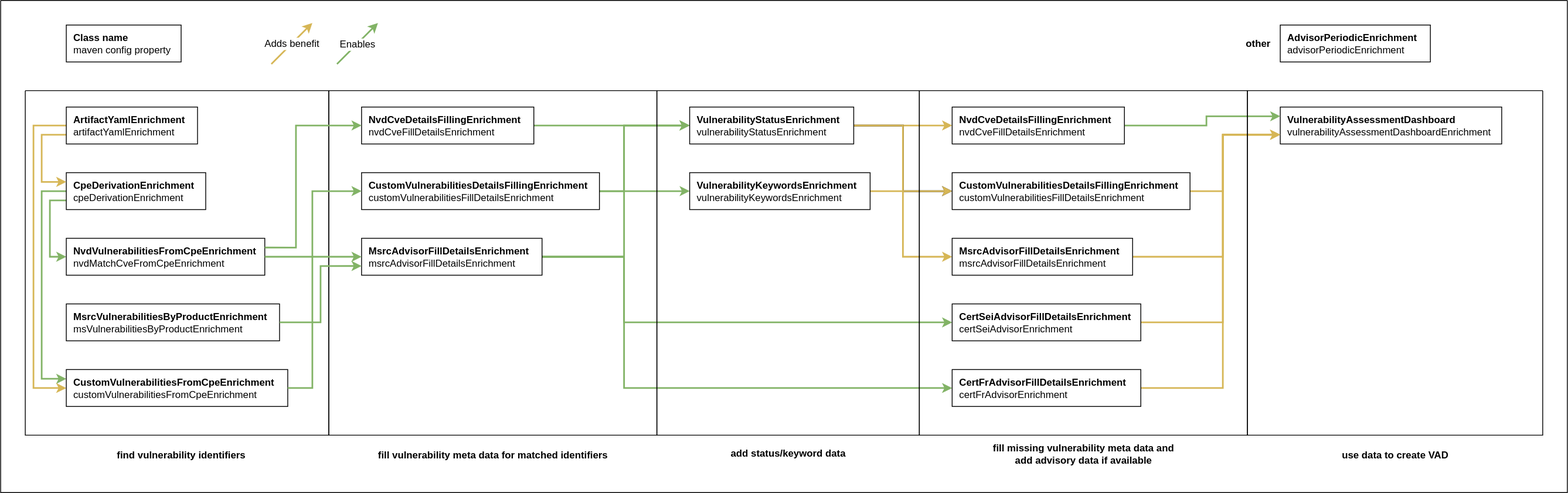
Above: doc/inventory-enrichment/enrichment/inventory-enrichment-steps-order.svg in org-metaeffekt/metaeffekt-documentation-template (draw.io), before the change. Source tidied: cells renumbered, new cells last; positions are measured from the earlier drawing's top-left corner, leaving out a move shared by most shapes.
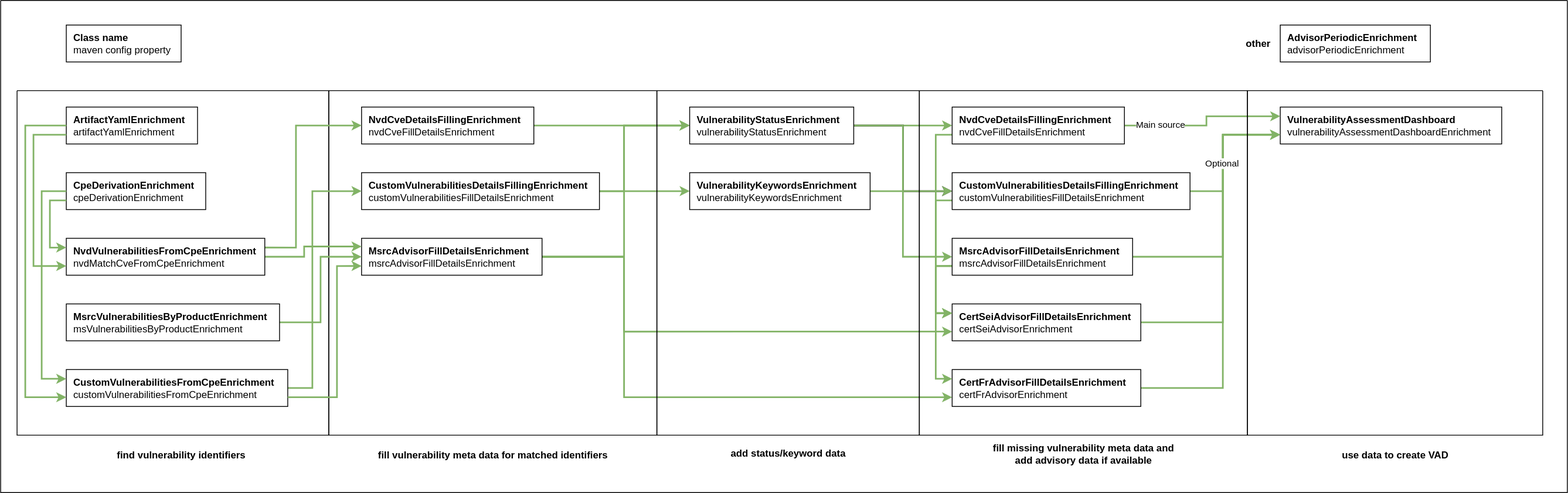
After the change.

Commit message:
AEAA-276: Continue writing documentation (Started writing step description, added JSON Schema)

What changed in the source:
```diff
@@ -21,26 +21,26 @@
         </Array>
       </mxGeometry>
     </mxCell>
-    <mxCell id="5" style="edgeStyle=orthogonalEdgeStyle;rounded=0;jettySize=auto;html=1;entryX=0;entryY=0.5;entryDx=0;entryDy=0;labelBackgroundColor=none;strokeWidth=2;fillColor=#d5e8d4;strokeColor=#82b366;" parent="1" edge="1" source="7" target="11">
+    <mxCell id="5" style="edgeStyle=orthogonalEdgeStyle;rounded=0;jettySize=auto;html=1;entryX=0;entryY=0.75;entryDx=0;entryDy=0;labelBackgroundColor=none;strokeWidth=2;fillColor=#d5e8d4;strokeColor=#82b366;" parent="1" edge="1" source="7" target="11">
       <mxGeometry relative="1" as="geometry">
         <Array as="points">
           <mxPoint x="760" y="313" />
-          <mxPoint x="760" y="393" />
+          <mxPoint x="760" y="404" />
         </Array>
       </mxGeometry>
     </mxCell>
-    <mxCell id="6" style="edgeStyle=orthogonalEdgeStyle;rounded=0;jettySize=auto;html=1;entryX=0;entryY=0.5;entryDx=0;entryDy=0;labelBackgroundColor=none;strokeWidth=2;fillColor=#d5e8d4;strokeColor=#82b366;" parent="1" edge="1" source="7" target="9">
+    <mxCell id="6" style="edgeStyle=orthogonalEdgeStyle;rounded=0;jettySize=auto;html=1;entryX=0;entryY=0.75;entryDx=0;entryDy=0;labelBackgroundColor=none;strokeWidth=2;fillColor=#d5e8d4;strokeColor=#82b366;" parent="1" edge="1" source="7" target="9">
       <mxGeometry relative="1" as="geometry">
         <Array as="points">
           <mxPoint x="760" y="313" />
-          <mxPoint x="760" y="473" />
+          <mxPoint x="760" y="484" />
         </Array>
       </mxGeometry>
     </mxCell>
     <mxCell id="7" value="&lt;b&gt;MsrcAdvisorFillDetailsEnrichment&lt;/b&gt;&lt;br&gt;msrcAdvisorFillDetailsEnrichment" style="rounded=0;whiteSpace=wrap;html=1;align=left;spacingLeft=7;" parent="1" vertex="1">
       <mxGeometry x="440" y="290" width="220" height="45" as="geometry" />
     </mxCell>
-    <mxCell id="8" style="edgeStyle=orthogonalEdgeStyle;rounded=0;jettySize=auto;html=1;entryX=0;entryY=0.75;entryDx=0;entryDy=0;labelBackgroundColor=none;strokeWidth=2;fillColor=#fff2cc;strokeColor=#d6b656;" parent="1" edge="1" source="9" target="23">
+    <mxCell id="8" style="edgeStyle=orthogonalEdgeStyle;rounded=0;jettySize=auto;html=1;entryX=0;entryY=0.75;entryDx=0;entryDy=0;labelBackgroundColor=none;strokeWidth=2;fillColor=#d5e8d4;strokeColor=#82b366;" parent="1" edge="1" source="9" target="23">
       <mxGeometry relative="1" as="geometry">
         <Array as="points">
           <mxPoint x="1490" y="473" />
@@ -51,7 +51,7 @@
     <mxCell id="9" value="&lt;b&gt;CertFrAdvisorFillDetailsEnrichment&lt;/b&gt;&lt;br&gt;certFrAdvisorEnrichment" style="rounded=0;whiteSpace=wrap;html=1;align=left;spacingLeft=7;" parent="1" vertex="1">
       <mxGeometry x="1160" y="450" width="230" height="45" as="geometry" />
     </mxCell>
-    <mxCell id="10" style="edgeStyle=orthogonalEdgeStyle;rounded=0;jettySize=auto;html=1;entryX=0;entryY=0.75;entryDx=0;entryDy=0;labelBackgroundColor=none;strokeWidth=2;fillColor=#fff2cc;strokeColor=#d6b656;" parent="1" edge="1" source="11" target="23">
+    <mxCell id="10" style="edgeStyle=orthogonalEdgeStyle;rounded=0;jettySize=auto;html=1;entryX=0;entryY=0.75;entryDx=0;entryDy=0;labelBackgroundColor=none;strokeWidth=2;fillColor=#d5e8d4;strokeColor=#82b366;" parent="1" edge="1" source="11" target="23">
       <mxGeometry relative="1" as="geometry">
         <Array as="points">
           <mxPoint x="1490" y="393" />
@@ -82,19 +82,19 @@
     <mxCell id="16" value="&lt;b&gt;CustomVulnerabilitiesDetailsFillingEnrichment&lt;/b&gt;&lt;br&gt;customVulnerabilitiesFillDetailsEnrichment" style="rounded=0;whiteSpace=wrap;html=1;align=left;spacingLeft=7;" parent="1" vertex="1">
       <mxGeometry x="440" y="210" width="290" height="45" as="geometry" />
     </mxCell>
-    <mxCell id="17" style="edgeStyle=orthogonalEdgeStyle;rounded=0;jettySize=auto;html=1;entryX=0;entryY=0.5;entryDx=0;entryDy=0;labelBackgroundColor=none;strokeWidth=2;fillColor=#fff2cc;strokeColor=#d6b656;" parent="1" edge="1" source="20" target="25">
+    <mxCell id="17" style="edgeStyle=orthogonalEdgeStyle;rounded=0;jettySize=auto;html=1;entryX=0;entryY=0.5;entryDx=0;entryDy=0;labelBackgroundColor=none;strokeWidth=2;fillColor=#d5e8d4;strokeColor=#82b366;" parent="1" edge="1" source="20" target="25">
       <mxGeometry relative="1" as="geometry" />
     </mxCell>
     <mxCell id="18" style="edgeStyle=orthogonalEdgeStyle;rounded=0;jettySize=auto;html=1;entryX=0;entryY=0.5;entryDx=0;entryDy=0;labelBackgroundColor=none;strokeWidth=2;" parent="1" edge="1" source="20" target="29">
       <mxGeometry relative="1" as="geometry" />
     </mxCell>
-    <mxCell id="19" style="edgeStyle=orthogonalEdgeStyle;rounded=0;jettySize=auto;html=1;entryX=0;entryY=0.5;entryDx=0;entryDy=0;labelBackgroundColor=none;strokeWidth=2;fillColor=#fff2cc;strokeColor=#d6b656;" parent="1" edge="1" source="20" target="27">
+    <mxCell id="19" style="edgeStyle=orthogonalEdgeStyle;rounded=0;jettySize=auto;html=1;entryX=0;entryY=0.5;entryDx=0;entryDy=0;labelBackgroundColor=none;strokeWidth=2;fillColor=#d5e8d4;strokeColor=#82b366;" parent="1" edge="1" source="20" target="27">
       <mxGeometry relative="1" as="geometry" />
     </mxCell>
     <mxCell id="20" value="&lt;b&gt;VulnerabilityStatusEnrichment&lt;/b&gt;&lt;br&gt;vulnerabilityStatusEnrichment" style="rounded=0;whiteSpace=wrap;html=1;align=left;spacingLeft=7;" parent="1" vertex="1">
       <mxGeometry x="840" y="130" width="200" height="45" as="geometry" />
     </mxCell>
-    <mxCell id="21" style="edgeStyle=orthogonalEdgeStyle;rounded=0;jettySize=auto;html=1;entryX=0;entryY=0.5;entryDx=0;entryDy=0;labelBackgroundColor=none;strokeWidth=2;fillColor=#fff2cc;strokeColor=#d6b656;" parent="1" edge="1" source="22" target="29">
+    <mxCell id="21" style="edgeStyle=orthogonalEdgeStyle;rounded=0;jettySize=auto;html=1;entryX=0;entryY=0.5;entryDx=0;entryDy=0;labelBackgroundColor=none;strokeWidth=2;fillColor=#d5e8d4;strokeColor=#82b366;" parent="1" edge="1" source="22" target="29">
       <mxGeometry relative="1" as="geometry" />
     </mxCell>
     <mxCell id="22" value="&lt;b&gt;VulnerabilityKeywordsEnrichment&lt;/b&gt;&lt;br&gt;vulnerabilityKeywordsEnrichment" style="rounded=0;whiteSpace=wrap;html=1;align=left;spacingLeft=7;" parent="1" vertex="1">
@@ -111,10 +111,23 @@
         </Array>
       </mxGeometry>
     </mxCell>
+    <mxCell id="59" value="Main source" style="edgeLabel;html=1;align=center;verticalAlign=middle;" parent="24" vertex="1">
+      <mxGeometry x="-0.57" y="2" relative="1" as="geometry">
+        <mxPoint y="1" as="offset" />
+      </mxGeometry>
+    </mxCell>
+    <mxCell id="60" style="edgeStyle=orthogonalEdgeStyle;rounded=0;jettySize=auto;html=1;exitX=0;exitY=0.75;exitDx=0;exitDy=0;entryX=0;entryY=0.25;entryDx=0;entryDy=0;labelBackgroundColor=none;strokeColor=#82b366;strokeWidth=2;fillColor=#d5e8d4;" parent="1" edge="1" source="25" target="11">
+      <mxGeometry relative="1" as="geometry">
+        <Array as="points">
+          <mxPoint x="1140" y="164" />
+          <mxPoint x="1140" y="381" />
+        </Array>
+      </mxGeometry>
+    </mxCell>
     <mxCell id="25" value="&lt;b&gt;NvdCveDetailsFillingEnrichment&lt;/b&gt;&lt;br&gt;nvdCveFillDetailsEnrichment" style="rounded=0;whiteSpace=wrap;html=1;align=left;spacingLeft=7;" parent="1" vertex="1">
       <mxGeometry x="1160" y="130" width="210" height="45" as="geometry" />
     </mxCell>
-    <mxCell id="26" style="edgeStyle=orthogonalEdgeStyle;rounded=0;jettySize=auto;html=1;entryX=0;entryY=0.75;entryDx=0;entryDy=0;labelBackgroundColor=none;strokeWidth=2;fillColor=#fff2cc;strokeColor=#d6b656;" parent="1" edge="1" source="27" target="23">
+    <mxCell id="26" style="edgeStyle=orthogonalEdgeStyle;rounded=0;jettySize=auto;html=1;entryX=0;entryY=0.75;entryDx=0;entryDy=0;labelBackgroundColor=none;strokeWidth=2;fillColor=#d5e8d4;strokeColor=#82b366;" parent="1" edge="1" source="27" target="23">
       <mxGeometry relative="1" as="geometry">
         <Array as="points">
           <mxPoint x="1490" y="313" />
@@ -122,10 +135,21 @@
         </Array>
       </mxGeometry>
     </mxCell>
+    <mxCell id="61" style="edgeStyle=orthogonalEdgeStyle;rounded=0;jettySize=auto;html=1;exitX=0;exitY=0.75;exitDx=0;exitDy=0;entryX=0;entryY=0.25;entryDx=0;entryDy=0;labelBackgroundColor=none;strokeColor=#82b366;strokeWidth=2;fillColor=#d5e8d4;" parent="1" edge="1" source="27" target="11">
+      <mxGeometry relative="1" as="geometry">
+        <Array as="points">
+          <mxPoint x="1140" y="324" />
+          <mxPoint x="1140" y="381" />
+        </Array>
+      </mxGeometry>
+    </mxCell>
+    <mxCell id="62" style="edgeStyle=orthogonalEdgeStyle;rounded=0;jettySize=auto;html=1;exitX=0;exitY=0.75;exitDx=0;exitDy=0;entryX=0;entryY=0.25;entryDx=0;entryDy=0;labelBackgroundColor=none;strokeColor=#82b366;strokeWidth=2;fillColor=#d5e8d4;" parent="1" edge="1" source="27" target="9">
+      <mxGeometry relative="1" as="geometry" />
+    </mxCell>
     <mxCell id="27" value="&lt;b&gt;MsrcAdvisorFillDetailsEnrichment&lt;/b&gt;&lt;br&gt;msrcAdvisorFillDetailsEnrichment" style="rounded=0;whiteSpace=wrap;html=1;align=left;spacingLeft=7;" parent="1" vertex="1">
       <mxGeometry x="1160" y="290" width="220" height="45" as="geometry" />
     </mxCell>
-    <mxCell id="28" style="edgeStyle=orthogonalEdgeStyle;rounded=0;jettySize=auto;html=1;entryX=0;entryY=0.75;entryDx=0;entryDy=0;labelBackgroundColor=none;strokeWidth=2;fillColor=#fff2cc;strokeColor=#d6b656;" parent="1" edge="1" source="29" target="23">
+    <mxCell id="28" style="edgeStyle=orthogonalEdgeStyle;rounded=0;jettySize=auto;html=1;entryX=0;entryY=0.75;entryDx=0;entryDy=0;labelBackgroundColor=none;strokeWidth=2;fillColor=#d5e8d4;strokeColor=#82b366;" parent="1" edge="1" source="29" target="23">
       <mxGeometry relative="1" as="geometry">
         <Array as="points">
           <mxPoint x="1490" y="233" />
@@ -133,59 +157,25 @@
         </Array>
       </mxGeometry>
     </mxCell>
+    <mxCell id="63" value="Optional" style="edgeLabel;html=1;align=center;verticalAlign=middle;" parent="28" vertex="1">
+      <mxGeometry x="-0.17" y="2" relative="1" as="geometry">
+        <mxPoint y="1" as="offset" />
+      </mxGeometry>
+    </mxCell>
+    <mxCell id="64" style="edgeStyle=orthogonalEdgeStyle;rounded=0;jettySize=auto;html=1;exitX=0;exitY=0.75;exitDx=0;exitDy=0;entryX=0;entryY=0.25;entryDx=0;entryDy=0;labelBackgroundColor=none;strokeColor=#82b366;strokeWidth=2;fillColor=#d5e8d4;" parent="1" edge="1" source="29" target="11">
+      <mxGeometry relative="1" as="geometry">
+        <Array as="points">
+          <mxPoint x="1140" y="244" />
+          <mxPoint x="1140" y="381" />
+        </Array>
+      </mxGeometry>
+    </mxCell>
     <mxCell id="29" value="&lt;b&gt;CustomVulnerabilitiesDetailsFillingEnrichment&lt;/b&gt;&lt;br&gt;customVulnerabilitiesFillDetailsEnrichment" style="rounded=0;whiteSpace=wrap;html=1;align=left;spacingLeft=7;" parent="1" vertex="1">
       <mxGeometry x="1160" y="210" width="290" height="45" as="geometry" />
     </mxCell>
     <mxCell id="30" style="swimlane;startSize=0;" parent="1" vertex="1">
-      <mxGeometry x="30" y="110" width="370" height="420" as="geometry" />
+      <mxGeometry x="20" y="110" width="380" height="420" as="geometry" />
     </mxCell>
-    <mxCell id="31" style="edgeStyle=orthogonalEdgeStyle;rounded=0;jettySize=auto;html=1;exitX=0;exitY=0.75;exitDx=0;exitDy=0;entryX=0;entryY=0.5;entryDx=0;entryDy=0;fillColor=#d5e8d4;strokeColor=#82b366;strokeWidth=2;" parent="30" edge="1" source="33" target="35">
-      <mxGeometry relative="1" as="geometry">
-        <Array as="points">
-          <mxPoint x="30" y="134" />
-          <mxPoint x="30" y="203" />
-        </Array>
-      </mxGeometry>
-    </mxCell>
-    <mxCell id="32" style="edgeStyle=orthogonalEdgeStyle;rounded=0;jettySize=auto;html=1;entryX=0;entryY=0.25;entryDx=0;entryDy=0;labelBackgroundColor=none;strokeWidth=2;fillColor=#d5e8d4;strokeColor=#82b366;" parent="30" edge="1" source="33" target="39">
-      <mxGeometry relative="1" as="geometry">
-        <Array as="points">
-          <mxPoint x="20" y="123" />
-          <mxPoint x="20" y="351" />
-        </Array>
-      </mxGeometry>
-    </mxCell>
-    <mxCell id="33" value="&lt;b&gt;CpeDerivationEnrichment&lt;/b&gt;&lt;br&gt;cpeDerivationEnrichment" style="rounded=0;whiteSpace=wrap;html=1;align=left;spacingLeft=7;" parent="30" vertex="1">
-      <mxGeometry x="50" y="100" width="170" height="45" as="geometry" />
-    </mxCell>
-    <mxCell id="34" value="&lt;b&gt;MsrcVulnerabilitiesByProductEnrichment&lt;/b&gt;&lt;br&gt;msVulnerabilitiesByProductEnrichment" style="rounded=0;whiteSpace=wrap;html=1;align=left;spacingLeft=7;" parent="30" vertex="1">
-      <mxGeometry x="50" y="260" width="260" height="45" as="geometry" />
-    </mxCell>
-    <mxCell id="35" value="&lt;b&gt;NvdVulnerabilitiesFromCpeEnrichment&lt;/b&gt;&lt;br&gt;nvdMatchCveFromCpeEnrichment" style="rounded=0;whiteSpace=wrap;html=1;align=left;spacingLeft=7;" parent="30" vertex="1">
-      <mxGeometry x="50" y="180" width="242" height="45" as="geometry" />
-    </mxCell>
-    <mxCell id="36" style="edgeStyle=orthogonalEdgeStyle;rounded=0;jettySize=auto;html=1;entryX=0;entryY=0.25;entryDx=0;entryDy=0;fillColor=#fff2cc;strokeColor=#d6b656;strokeWidth=2;exitX=0;exitY=0.75;exitDx=0;exitDy=0;" parent="30" edge="1" source="38" target="33">
-      <mxGeometry relative="1" as="geometry">
-        <Array as="points">
-          <mxPoint x="20" y="54" />
-          <mxPoint x="20" y="111" />
-        </Array>
-      </mxGeometry>
-    </mxCell>
-    <mxCell id="37" style="edgeStyle=orthogonalEdgeStyle;rounded=0;jettySize=auto;html=1;exitX=0;exitY=0.5;exitDx=0;exitDy=0;entryX=0;entryY=0.5;entryDx=0;entryDy=0;labelBackgroundColor=none;strokeWidth=2;fillColor=#fff2cc;strokeColor=#d6b656;" parent="30" edge="1" source="38" target="39">
-      <mxGeometry relative="1" as="geometry">
-        <Array as="points">
-          <mxPoint x="10" y="43" />
-          <mxPoint x="10" y="363" />
-        </Array>
-      </mxGeometry>
-    </mxCell>
-    <mxCell id="38" value="&lt;b&gt;ArtifactYamlEnrichment&lt;/b&gt;&lt;br&gt;artifactYamlEnrichment" style="rounded=0;whiteSpace=wrap;html=1;align=left;spacingLeft=7;" parent="30" vertex="1">
-      <mxGeometry x="50" y="20" width="160" height="45" as="geometry" />
-    </mxCell>
-    <mxCell id="39" value="&lt;b&gt;CustomVulnerabilitiesFromCpeEnrichment&lt;/b&gt;&lt;br&gt;customVulnerabilitiesFromCpeEnrichment" style="rounded=0;whiteSpace=wrap;html=1;align=left;spacingLeft=7;" parent="30" vertex="1">
-      <mxGeometry x="50" y="340" width="270" height="45" as="geometry" />
-    </mxCell>
     <mxCell id="40" style="swimlane;startSize=0;" parent="1" vertex="1">
       <mxGeometry x="400" y="110" width="400" height="420" as="geometry" />
     </mxCell>
@@ -213,25 +203,6 @@
     <mxCell id="48" value="use data to create VAD" style="text;html=1;align=center;verticalAlign=middle;strokeColor=none;fillColor=none;fontStyle=1;" parent="1" vertex="1">
       <mxGeometry x="1625" y="540" width="150" height="30" as="geometry" />
     </mxCell>
-    <mxCell id="49" style="endArrow=classic;html=1;rounded=0;strokeWidth=2;fillColor=#fff2cc;strokeColor=#d6b656;" parent="1" edge="1">
-      <mxGeometry relative="1" as="geometry">
-        <mxPoint x="330" y="77.5" as="sourcePoint" />
-        <mxPoint x="380" y="27.5" as="targetPoint" />
-      </mxGeometry>
-    </mxCell>
-    <mxCell id="50" style="endArrow=classic;html=1;rounded=0;strokeWidth=2;fillColor=#d5e8d4;strokeColor=#82b366;" parent="1" edge="1">
-      <mxGeometry x="-0.05" y="5" relative="1" as="geometry">
-        <mxPoint x="410" y="77.5" as="sourcePoint" />
-        <mxPoint x="460" y="27.5" as="targetPoint" />
-        <mxPoint x="-1" as="offset" />
-      </mxGeometry>
-    </mxCell>
-    <mxCell id="51" value="Enables" style="text;html=1;align=center;verticalAlign=middle;strokeColor=none;fillColor=none;labelBackgroundColor=default;" parent="1" vertex="1">
-      <mxGeometry x="400" y="38.5" width="70" height="30" as="geometry" />
-    </mxCell>
-    <mxCell id="52" value="Adds benefit" style="text;html=1;align=center;verticalAlign=middle;strokeColor=none;fillColor=none;labelBackgroundColor=default;" parent="1" vertex="1">
-      <mxGeometry x="310" y="37.5" width="90" height="30" as="geometry" />
-    </mxCell>
     <mxCell id="53" style="edgeStyle=orthogonalEdgeStyle;rounded=0;jettySize=auto;html=1;entryX=0;entryY=0.5;entryDx=0;entryDy=0;strokeWidth=2;labelBackgroundColor=none;fillColor=#d5e8d4;strokeColor=#82b366;" parent="1" edge="1" source="39" target="16">
       <mxGeometry relative="1" as="geometry">
         <Array as="points">
@@ -240,11 +211,21 @@
         </Array>
       </mxGeometry>
     </mxCell>
-    <mxCell id="54" style="edgeStyle=orthogonalEdgeStyle;rounded=0;jettySize=auto;html=1;entryX=0;entryY=0.75;entryDx=0;entryDy=0;strokeWidth=2;fillColor=#d5e8d4;strokeColor=#82b366;" parent="1" edge="1" source="34" target="7">
-      <mxGeometry relative="1" as="geometry" />
+    <mxCell id="54" style="edgeStyle=orthogonalEdgeStyle;rounded=0;jettySize=auto;html=1;entryX=0;entryY=0.5;entryDx=0;entryDy=0;strokeWidth=2;fillColor=#d5e8d4;strokeColor=#82b366;" parent="1" edge="1" source="34" target="7">
+      <mxGeometry relative="1" as="geometry">
+        <Array as="points">
+          <mxPoint x="390" y="393" />
+          <mxPoint x="390" y="313" />
+        </Array>
+      </mxGeometry>
     </mxCell>
     <mxCell id="55" style="edgeStyle=orthogonalEdgeStyle;rounded=0;jettySize=auto;html=1;strokeWidth=2;fillColor=#d5e8d4;strokeColor=#82b366;labelBackgroundColor=none;" parent="1" edge="1" source="35" target="7">
-      <mxGeometry relative="1" as="geometry" />
+      <mxGeometry relative="1" as="geometry">
+        <Array as="points">
+          <mxPoint x="370" y="313" />
+          <mxPoint x="370" y="300" />
+        </Array>
+      </mxGeometry>
     </mxCell>
     <mxCell id="56" style="edgeStyle=orthogonalEdgeStyle;rounded=0;jettySize=auto;html=1;entryX=0;entryY=0.5;entryDx=0;entryDy=0;strokeWidth=2;fillColor=#d5e8d4;strokeColor=#82b366;exitX=1;exitY=0.25;exitDx=0;exitDy=0;labelBackgroundColor=none;" parent="1" edge="1" source="35" target="3">
       <mxGeometry relative="1" as="geometry">
@@ -260,5 +241,55 @@
     <mxCell id="58" value="other" style="text;html=1;align=center;verticalAlign=middle;strokeColor=none;fillColor=none;fontStyle=1;" parent="57" vertex="1">
       <mxGeometry x="1508" y="37.5" width="50" height="30" as="geometry" />
     </mxCell>
+    <mxCell id="33" value="&lt;b&gt;CpeDerivationEnrichment&lt;/b&gt;&lt;br&gt;cpeDerivationEnrichment" style="rounded=0;whiteSpace=wrap;html=1;align=left;spacingLeft=7;" parent="57" vertex="1">
+      <mxGeometry x="80" y="210" width="170" height="45" as="geometry" />
+    </mxCell>
+    <mxCell id="34" value="&lt;b&gt;MsrcVulnerabilitiesByProductEnrichment&lt;/b&gt;&lt;br&gt;msVulnerabilitiesByProductEnrichment" style="rounded=0;whiteSpace=wrap;html=1;align=left;spacingLeft=7;" parent="57" vertex="1">
+      <mxGeometry x="80" y="370" width="260" height="45" as="geometry" />
+    </mxCell>
+    <mxCell id="35" value="&lt;b&gt;NvdVulnerabilitiesFromCpeEnrichment&lt;/b&gt;&lt;br&gt;nvdMatchCveFromCpeEnrichment" style="rounded=0;whiteSpace=wrap;html=1;align=left;spacingLeft=7;" parent="57" vertex="1">
+      <mxGeometry x="80" y="290" width="242" height="45" as="geometry" />
+    </mxCell>
+    <mxCell id="31" style="edgeStyle=orthogonalEdgeStyle;rounded=0;jettySize=auto;html=1;exitX=0;exitY=0.75;exitDx=0;exitDy=0;entryX=0;entryY=0.25;entryDx=0;entryDy=0;strokeColor=#82b366;fillColor=#d5e8d4;strokeWidth=2;" parent="57" edge="1" source="33" target="35">
+      <mxGeometry relative="1" as="geometry" />
+    </mxCell>
+    <mxCell id="38" value="&lt;b&gt;ArtifactYamlEnrichment&lt;/b&gt;&lt;br&gt;artifactYamlEnrichment" style="rounded=0;whiteSpace=wrap;html=1;align=left;spacingLeft=7;" parent="57" vertex="1">
+      <mxGeometry x="80" y="130" width="160" height="45" as="geometry" />
+    </mxCell>
+    <mxCell id="39" value="&lt;b&gt;CustomVulnerabilitiesFromCpeEnrichment&lt;/b&gt;&lt;br&gt;customVulnerabilitiesFromCpeEnrichment" style="rounded=0;whiteSpace=wrap;html=1;align=left;spacingLeft=7;" parent="57" vertex="1">
+      <mxGeometry x="80" y="450" width="270" height="45" as="geometry" />
+    </mxCell>
+    <mxCell id="32" style="edgeStyle=orthogonalEdgeStyle;rounded=0;jettySize=auto;html=1;entryX=0;entryY=0.25;entryDx=0;entryDy=0;labelBackgroundColor=none;strokeWidth=2;fillColor=#d5e8d4;strokeColor=#82b366;" parent="57" edge="1" source="33" target="39">
+      <mxGeometry relative="1" as="geometry">
+        <Array as="points">
+          <mxPoint x="50" y="233" />
+          <mxPoint x="50" y="461" />
+        </Array>
+      </mxGeometry>
+    </mxCell>
+    <mxCell id="37" style="edgeStyle=orthogonalEdgeStyle;rounded=0;jettySize=auto;html=1;exitX=0;exitY=0.5;exitDx=0;exitDy=0;entryX=0;entryY=0.75;entryDx=0;entryDy=0;labelBackgroundColor=none;strokeWidth=2;fillColor=#d5e8d4;strokeColor=#82b366;" parent="57" edge="1" source="38" target="39">
+      <mxGeometry relative="1" as="geometry">
+        <Array as="points">
+          <mxPoint x="30" y="153" />
+          <mxPoint x="30" y="484" />
+        </Array>
+      </mxGeometry>
+    </mxCell>
+    <mxCell id="36" style="edgeStyle=orthogonalEdgeStyle;rounded=0;jettySize=auto;html=1;fillColor=#d5e8d4;strokeColor=#82b366;strokeWidth=2;entryX=0;entryY=0.75;entryDx=0;entryDy=0;exitX=0;exitY=0.75;exitDx=0;exitDy=0;" parent="57" edge="1" source="38" target="35">
+      <mxGeometry relative="1" as="geometry">
+        <Array as="points">
+          <mxPoint x="40" y="164" />
+          <mxPoint x="40" y="324" />
+        </Array>
+      </mxGeometry>
+    </mxCell>
+    <mxCell id="65" style="edgeStyle=orthogonalEdgeStyle;rounded=0;jettySize=auto;html=1;exitX=1;exitY=0.75;exitDx=0;exitDy=0;entryX=0;entryY=0.75;entryDx=0;entryDy=0;labelBackgroundColor=none;strokeColor=#82b366;strokeWidth=2;fillColor=#d5e8d4;" parent="1" edge="1" source="39" target="7">
+      <mxGeometry relative="1" as="geometry">
+        <Array as="points">
+          <mxPoint x="410" y="484" />
+          <mxPoint x="410" y="324" />
+        </Array>
+      </mxGeometry>
+    </mxCell>
   </root>
 </mxGraphModel>
```
